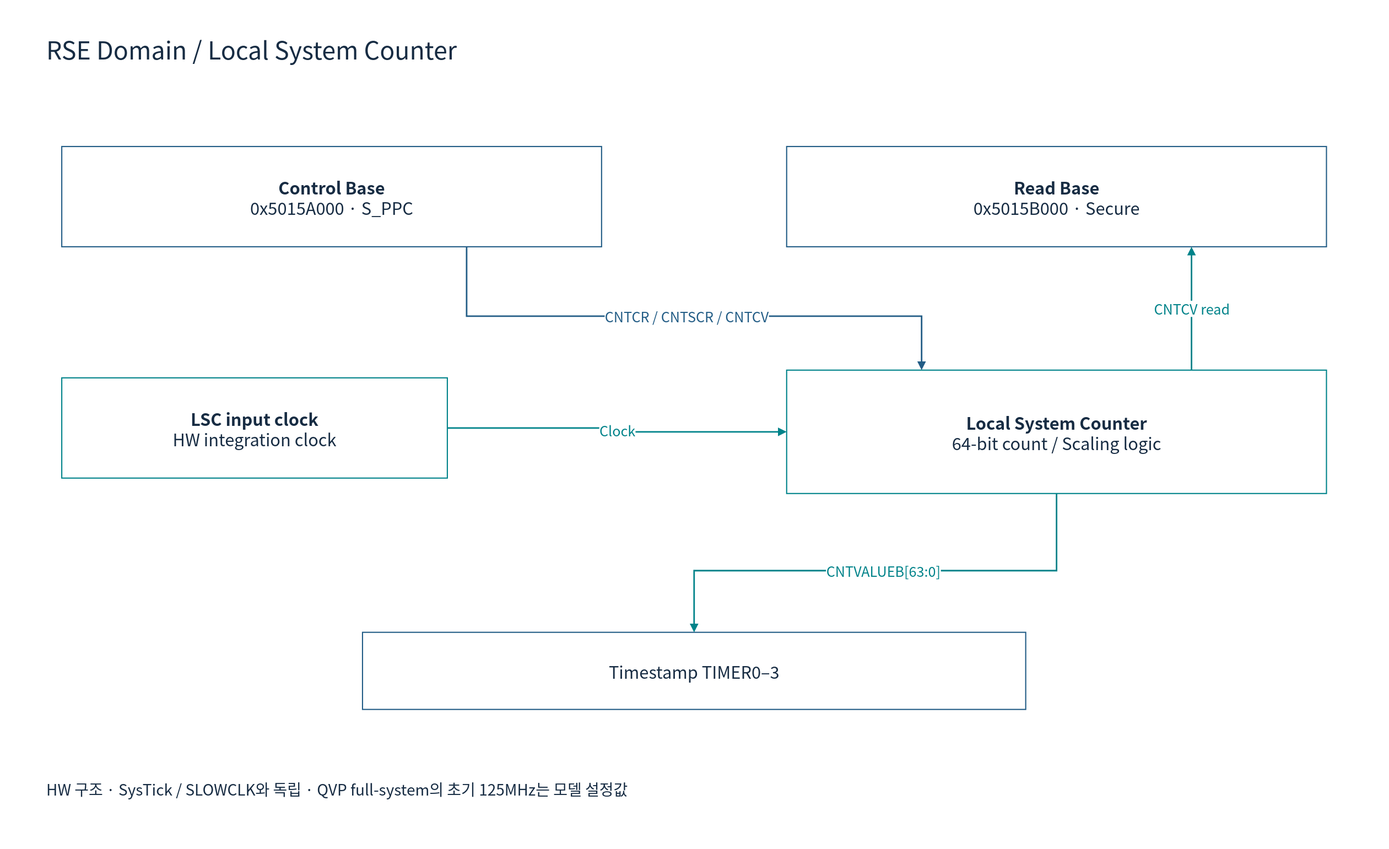
cometzero/project-apollo keeps this draw.io diagram as doc/phase1/timer/diagrams/01rse-c-counter.drawio.svg. Above is the earlier version. Source tidied: cells renumbered, new cells last; positions are measured from the earlier drawing's top-left corner, leaving out a move shared by most shapes. The source it was exported from:
```xml
<mxGraphModel background="#FFFFFF">
  <root>
    <mxCell id="0" />
    <mxCell id="1" parent="0" />
    <mxCell id="2" style="rounded=0;whiteSpace=wrap;html=1;fillColor=#FFFFFF;strokeColor=none;strokeWidth=1.5;fontColor=#172C43;fontFamily=Noto Sans CJK KR;fontSize=22;spacing=10;" parent="1" vertex="1">
      <mxGeometry width="1800" height="1100" as="geometry" />
    </mxCell>
    <mxCell id="3" value="RSE Domain / Local System Counter" style="rounded=0;whiteSpace=wrap;html=1;fillColor=#FFFFFF;strokeColor=none;strokeWidth=1.5;fontColor=#172C43;fontFamily=Noto Sans CJK KR;fontSize=22;spacing=10;fontSize=32;align=left;" parent="1" vertex="1">
      <mxGeometry x="50" y="30" width="1700" height="65" as="geometry" />
    </mxCell>
    <mxCell id="4" value="&lt;b&gt;Control Base&lt;/b&gt;&lt;br&gt;0x5015A000 · S_PPC" style="rounded=0;whiteSpace=wrap;html=1;fillColor=#FFFFFF;strokeColor=#235D86;strokeWidth=1.5;fontColor=#172C43;fontFamily=Noto Sans CJK KR;fontSize=22;spacing=10;" parent="1" vertex="1">
      <mxGeometry x="80" y="190" width="700" height="130" as="geometry" />
    </mxCell>
    <mxCell id="5" value="&lt;b&gt;Read Base&lt;/b&gt;&lt;br&gt;0x5015B000 · Secure" style="rounded=0;whiteSpace=wrap;html=1;fillColor=#FFFFFF;strokeColor=#235D86;strokeWidth=1.5;fontColor=#172C43;fontFamily=Noto Sans CJK KR;fontSize=22;spacing=10;" parent="1" vertex="1">
      <mxGeometry x="1020" y="190" width="700" height="130" as="geometry" />
    </mxCell>
    <mxCell id="6" value="&lt;b&gt;LSC input clock&lt;/b&gt;&lt;br&gt;HW integration clock" style="rounded=0;whiteSpace=wrap;html=1;fillColor=#FFFFFF;strokeColor=#00838A;strokeWidth=1.5;fontColor=#172C43;fontFamily=Noto Sans CJK KR;fontSize=22;spacing=10;" parent="1" vertex="1">
      <mxGeometry x="80" y="490" width="500" height="130" as="geometry" />
    </mxCell>
    <mxCell id="7" value="&lt;b&gt;Local System Counter&lt;/b&gt;&lt;br&gt;64-bit count / Scaling logic" style="rounded=0;whiteSpace=wrap;html=1;fillColor=#FFFFFF;strokeColor=#00838A;strokeWidth=1.5;fontColor=#172C43;fontFamily=Noto Sans CJK KR;fontSize=22;spacing=10;" parent="1" vertex="1">
      <mxGeometry x="1020" y="480" width="700" height="160" as="geometry" />
    </mxCell>
    <mxCell id="8" value="CNTCR / CNTSCR / CNTCV" style="edgeStyle=orthogonalEdgeStyle;rounded=0;html=1;endArrow=block;endFill=1;strokeWidth=2;strokeColor=#235D86;fontColor=#235D86;fontFamily=Noto Sans CJK KR;fontSize=18;labelBackgroundColor=#FFFFFF;exitX=0.75;exitY=1;entryX=0.25;entryY=0;" parent="1" edge="1" source="4" target="7">
      <mxGeometry relative="1" as="geometry">
        <Array as="points">
          <mxPoint x="605" y="410" />
          <mxPoint x="1195" y="410" />
        </Array>
      </mxGeometry>
    </mxCell>
    <mxCell id="9" value="CNTCV read" style="edgeStyle=orthogonalEdgeStyle;rounded=0;html=1;endArrow=block;endFill=1;strokeWidth=2;strokeColor=#00838A;fontColor=#00838A;fontFamily=Noto Sans CJK KR;fontSize=18;labelBackgroundColor=#FFFFFF;exitX=0.75;exitY=0;entryX=0.75;entryY=1;" parent="1" edge="1" source="7" target="5">
      <mxGeometry relative="1" as="geometry" />
    </mxCell>
    <mxCell id="10" value="Clock" style="edgeStyle=orthogonalEdgeStyle;rounded=0;html=1;endArrow=block;endFill=1;strokeWidth=2;strokeColor=#00838A;fontColor=#00838A;fontFamily=Noto Sans CJK KR;fontSize=18;labelBackgroundColor=#FFFFFF;exitX=1;exitY=0.5;entryX=0;entryY=0.5;" parent="1" edge="1" source="6" target="7">
      <mxGeometry relative="1" as="geometry" />
    </mxCell>
    <mxCell id="11" value="Timestamp TIMER0–3" style="rounded=0;whiteSpace=wrap;html=1;fillColor=#FFFFFF;strokeColor=#235D86;strokeWidth=1.5;fontColor=#172C43;fontFamily=Noto Sans CJK KR;fontSize=22;spacing=10;" parent="1" vertex="1">
      <mxGeometry x="470" y="820" width="860" height="100" as="geometry" />
    </mxCell>
    <mxCell id="12" value="CNTVALUEB[63:0]" style="edgeStyle=orthogonalEdgeStyle;rounded=0;html=1;endArrow=block;endFill=1;strokeWidth=2;strokeColor=#00838A;fontColor=#00838A;fontFamily=Noto Sans CJK KR;fontSize=18;labelBackgroundColor=#FFFFFF;exitX=0.5;exitY=1;entryX=0.5;entryY=0;" parent="1" edge="1" source="7" target="11">
      <mxGeometry relative="1" as="geometry">
        <Array as="points">
          <mxPoint x="1370" y="740" />
          <mxPoint x="900" y="740" />
        </Array>
      </mxGeometry>
    </mxCell>
    <mxCell id="13" value="HW 구조 · SysTick / SLOWCLK와 독립 · QVP full-system의 초기 125MHz는 모델 설정값" style="rounded=0;whiteSpace=wrap;html=1;fillColor=#FFFFFF;strokeColor=none;strokeWidth=1.5;fontColor=#172C43;fontFamily=Noto Sans CJK KR;fontSize=22;spacing=10;fontSize=20;align=left;" parent="1" vertex="1">
      <mxGeometry x="50" y="990" width="1700" height="65" as="geometry" />
    </mxCell>
  </root>
</mxGraphModel>
```
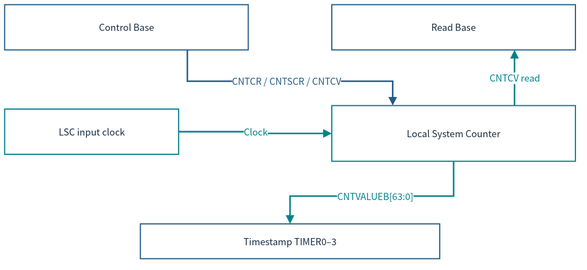
After the change.

Diff of the diagram source:
```diff
@@ -2,51 +2,42 @@
   <root>
     <mxCell id="0" />
     <mxCell id="1" parent="0" />
-    <mxCell id="2" style="rounded=0;whiteSpace=wrap;html=1;fillColor=#FFFFFF;strokeColor=none;strokeWidth=1.5;fontColor=#172C43;fontFamily=Noto Sans CJK KR;fontSize=22;spacing=10;" parent="1" vertex="1">
-      <mxGeometry width="1800" height="1100" as="geometry" />
-    </mxCell>
-    <mxCell id="3" value="RSE Domain / Local System Counter" style="rounded=0;whiteSpace=wrap;html=1;fillColor=#FFFFFF;strokeColor=none;strokeWidth=1.5;fontColor=#172C43;fontFamily=Noto Sans CJK KR;fontSize=22;spacing=10;fontSize=32;align=left;" parent="1" vertex="1">
-      <mxGeometry x="50" y="30" width="1700" height="65" as="geometry" />
-    </mxCell>
-    <mxCell id="4" value="&lt;b&gt;Control Base&lt;/b&gt;&lt;br&gt;0x5015A000 · S_PPC" style="rounded=0;whiteSpace=wrap;html=1;fillColor=#FFFFFF;strokeColor=#235D86;strokeWidth=1.5;fontColor=#172C43;fontFamily=Noto Sans CJK KR;fontSize=22;spacing=10;" parent="1" vertex="1">
-      <mxGeometry x="80" y="190" width="700" height="130" as="geometry" />
+    <mxCell id="4" value="Control Base" style="rounded=0;whiteSpace=wrap;html=1;fillColor=#FFFFFF;strokeColor=#235D86;strokeWidth=1.5;fontColor=#172C43;fontFamily=Noto Sans CJK KR;fontSize=12;spacing=3;whiteSpace=wrap;" parent="1" vertex="1">
+      <mxGeometry x="12" y="12" width="315.9" height="58.7" as="geometry" />
     </mxCell>
-    <mxCell id="5" value="&lt;b&gt;Read Base&lt;/b&gt;&lt;br&gt;0x5015B000 · Secure" style="rounded=0;whiteSpace=wrap;html=1;fillColor=#FFFFFF;strokeColor=#235D86;strokeWidth=1.5;fontColor=#172C43;fontFamily=Noto Sans CJK KR;fontSize=22;spacing=10;" parent="1" vertex="1">
-      <mxGeometry x="1020" y="190" width="700" height="130" as="geometry" />
+    <mxCell id="5" value="Read Base" style="rounded=0;whiteSpace=wrap;html=1;fillColor=#FFFFFF;strokeColor=#235D86;strokeWidth=1.5;fontColor=#172C43;fontFamily=Noto Sans CJK KR;fontSize=12;spacing=3;whiteSpace=wrap;" parent="1" vertex="1">
+      <mxGeometry x="436.1" y="12" width="315.9" height="58.7" as="geometry" />
     </mxCell>
-    <mxCell id="6" value="&lt;b&gt;LSC input clock&lt;/b&gt;&lt;br&gt;HW integration clock" style="rounded=0;whiteSpace=wrap;html=1;fillColor=#FFFFFF;strokeColor=#00838A;strokeWidth=1.5;fontColor=#172C43;fontFamily=Noto Sans CJK KR;fontSize=22;spacing=10;" parent="1" vertex="1">
-      <mxGeometry x="80" y="490" width="500" height="130" as="geometry" />
+    <mxCell id="6" value="LSC input clock" style="rounded=0;whiteSpace=wrap;html=1;fillColor=#FFFFFF;strokeColor=#00838A;strokeWidth=1.5;fontColor=#172C43;fontFamily=Noto Sans CJK KR;fontSize=12;spacing=3;whiteSpace=wrap;" parent="1" vertex="1">
+      <mxGeometry x="12" y="147.4" width="225.6" height="58.7" as="geometry" />
     </mxCell>
-    <mxCell id="7" value="&lt;b&gt;Local System Counter&lt;/b&gt;&lt;br&gt;64-bit count / Scaling logic" style="rounded=0;whiteSpace=wrap;html=1;fillColor=#FFFFFF;strokeColor=#00838A;strokeWidth=1.5;fontColor=#172C43;fontFamily=Noto Sans CJK KR;fontSize=22;spacing=10;" parent="1" vertex="1">
-      <mxGeometry x="1020" y="480" width="700" height="160" as="geometry" />
+    <mxCell id="7" value="Local System Counter" style="rounded=0;whiteSpace=wrap;html=1;fillColor=#FFFFFF;strokeColor=#00838A;strokeWidth=1.5;fontColor=#172C43;fontFamily=Noto Sans CJK KR;fontSize=12;spacing=3;whiteSpace=wrap;" parent="1" vertex="1">
+      <mxGeometry x="436.1" y="142.8" width="315.9" height="72.2" as="geometry" />
     </mxCell>
-    <mxCell id="8" value="CNTCR / CNTSCR / CNTCV" style="edgeStyle=orthogonalEdgeStyle;rounded=0;html=1;endArrow=block;endFill=1;strokeWidth=2;strokeColor=#235D86;fontColor=#235D86;fontFamily=Noto Sans CJK KR;fontSize=18;labelBackgroundColor=#FFFFFF;exitX=0.75;exitY=1;entryX=0.25;entryY=0;" parent="1" edge="1" source="4" target="7">
+    <mxCell id="8" value="CNTCR / CNTSCR / CNTCV" style="edgeStyle=orthogonalEdgeStyle;rounded=0;html=1;endArrow=block;endFill=1;strokeWidth=2;strokeColor=#235D86;fontColor=#235D86;fontFamily=Noto Sans CJK KR;labelBackgroundColor=#FFFFFF;exitX=0.75;exitY=1;entryX=0.25;entryY=0;fontSize=12;spacing=3;whiteSpace=nowrap;" parent="1" edge="1" source="4" target="7">
       <mxGeometry relative="1" as="geometry">
         <Array as="points">
-          <mxPoint x="605" y="410" />
-          <mxPoint x="1195" y="410" />
+          <mxPoint x="248.9" y="111.3" />
+          <mxPoint x="515.1" y="111.3" />
         </Array>
       </mxGeometry>
     </mxCell>
-    <mxCell id="9" value="CNTCV read" style="edgeStyle=orthogonalEdgeStyle;rounded=0;html=1;endArrow=block;endFill=1;strokeWidth=2;strokeColor=#00838A;fontColor=#00838A;fontFamily=Noto Sans CJK KR;fontSize=18;labelBackgroundColor=#FFFFFF;exitX=0.75;exitY=0;entryX=0.75;entryY=1;" parent="1" edge="1" source="7" target="5">
+    <mxCell id="9" value="CNTCV read" style="edgeStyle=orthogonalEdgeStyle;rounded=0;html=1;endArrow=block;endFill=1;strokeWidth=2;strokeColor=#00838A;fontColor=#00838A;fontFamily=Noto Sans CJK KR;labelBackgroundColor=#FFFFFF;exitX=0.75;exitY=0;entryX=0.75;entryY=1;fontSize=12;spacing=3;whiteSpace=nowrap;" parent="1" edge="1" source="7" target="5">
       <mxGeometry relative="1" as="geometry" />
     </mxCell>
-    <mxCell id="10" value="Clock" style="edgeStyle=orthogonalEdgeStyle;rounded=0;html=1;endArrow=block;endFill=1;strokeWidth=2;strokeColor=#00838A;fontColor=#00838A;fontFamily=Noto Sans CJK KR;fontSize=18;labelBackgroundColor=#FFFFFF;exitX=1;exitY=0.5;entryX=0;entryY=0.5;" parent="1" edge="1" source="6" target="7">
+    <mxCell id="10" value="Clock" style="edgeStyle=orthogonalEdgeStyle;rounded=0;html=1;endArrow=block;endFill=1;strokeWidth=2;strokeColor=#00838A;fontColor=#00838A;fontFamily=Noto Sans CJK KR;labelBackgroundColor=#FFFFFF;exitX=1;exitY=0.5;entryX=0;entryY=0.5;fontSize=12;spacing=3;whiteSpace=nowrap;" parent="1" edge="1" source="6" target="7">
       <mxGeometry relative="1" as="geometry" />
     </mxCell>
-    <mxCell id="11" value="Timestamp TIMER0–3" style="rounded=0;whiteSpace=wrap;html=1;fillColor=#FFFFFF;strokeColor=#235D86;strokeWidth=1.5;fontColor=#172C43;fontFamily=Noto Sans CJK KR;fontSize=22;spacing=10;" parent="1" vertex="1">
-      <mxGeometry x="470" y="820" width="860" height="100" as="geometry" />
+    <mxCell id="11" value="Timestamp TIMER0–3" style="rounded=0;whiteSpace=wrap;html=1;fillColor=#FFFFFF;strokeColor=#235D86;strokeWidth=1.5;fontColor=#172C43;fontFamily=Noto Sans CJK KR;fontSize=12;spacing=3;whiteSpace=wrap;" parent="1" vertex="1">
+      <mxGeometry x="188" y="296.3" width="388.1" height="45.1" as="geometry" />
     </mxCell>
-    <mxCell id="12" value="CNTVALUEB[63:0]" style="edgeStyle=orthogonalEdgeStyle;rounded=0;html=1;endArrow=block;endFill=1;strokeWidth=2;strokeColor=#00838A;fontColor=#00838A;fontFamily=Noto Sans CJK KR;fontSize=18;labelBackgroundColor=#FFFFFF;exitX=0.5;exitY=1;entryX=0.5;entryY=0;" parent="1" edge="1" source="7" target="11">
+    <mxCell id="12" value="CNTVALUEB[63:0]" style="edgeStyle=orthogonalEdgeStyle;rounded=0;html=1;endArrow=block;endFill=1;strokeWidth=2;strokeColor=#00838A;fontColor=#00838A;fontFamily=Noto Sans CJK KR;labelBackgroundColor=#FFFFFF;exitX=0.5;exitY=1;entryX=0.5;entryY=0;fontSize=12;spacing=3;whiteSpace=nowrap;" parent="1" edge="1" source="7" target="11">
       <mxGeometry relative="1" as="geometry">
         <Array as="points">
-          <mxPoint x="1370" y="740" />
-          <mxPoint x="900" y="740" />
+          <mxPoint x="594.1" y="260.2" />
+          <mxPoint x="382" y="260.2" />
         </Array>
       </mxGeometry>
     </mxCell>
-    <mxCell id="13" value="HW 구조 · SysTick / SLOWCLK와 독립 · QVP full-system의 초기 125MHz는 모델 설정값" style="rounded=0;whiteSpace=wrap;html=1;fillColor=#FFFFFF;strokeColor=none;strokeWidth=1.5;fontColor=#172C43;fontFamily=Noto Sans CJK KR;fontSize=22;spacing=10;fontSize=20;align=left;" parent="1" vertex="1">
-      <mxGeometry x="50" y="990" width="1700" height="65" as="geometry" />
-    </mxCell>
   </root>
 </mxGraphModel>
```
